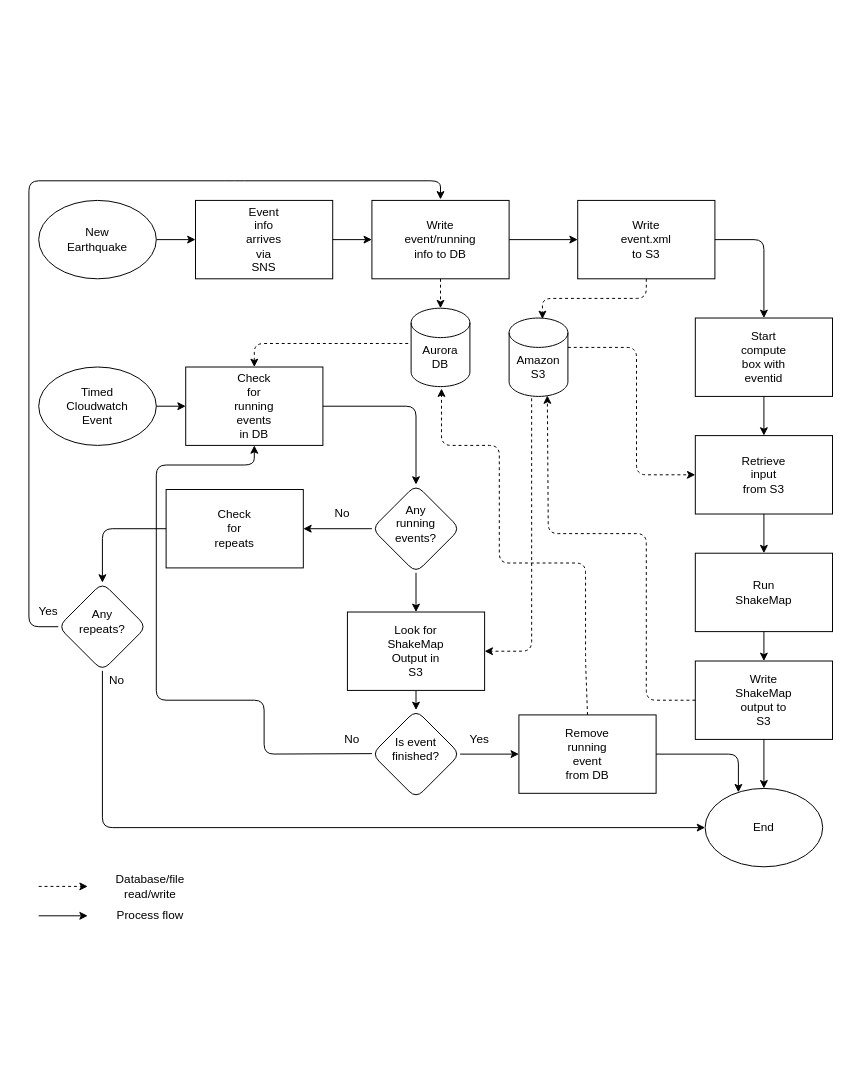
Before: Untitled Diagram.drawio in mhearne-usgs/shakemap_aws_queue, a draw.io diagram. Source tidied: cells renumbered, new cells numbered last; positions are measured from the earlier drawing's top-left corner, leaving out a move shared by most shapes. Both pictures are drawn from the tidied source at 98%, with x=0, y=0 at pixel (28, 180).
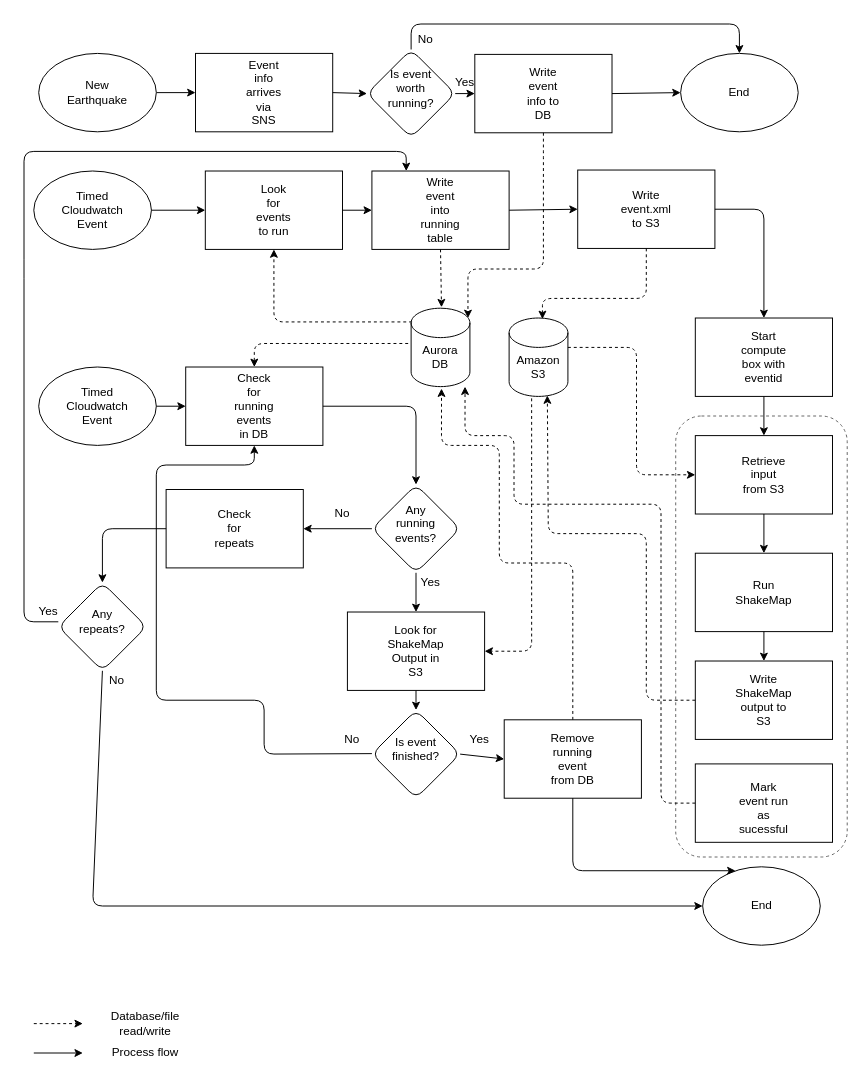
The same diagram, later.

The change refers to these unchanged cells:
```xml
<mxCell id="4" style="rounded=0;whiteSpace=wrap;html=1;" parent="3" vertex="1">
  <mxGeometry width="140" height="80" as="geometry" />
</mxCell>
<mxCell id="7" style="rounded=0;whiteSpace=wrap;html=1;" parent="6" vertex="1">
  <mxGeometry width="140" height="80" as="geometry" />
</mxCell>
<mxCell id="12" style="shape=cylinder2;whiteSpace=wrap;html=1;boundedLbl=1;backgroundOutline=1;size=15;" parent="11" vertex="1">
  <mxGeometry width="60" height="80" as="geometry" />
</mxCell>
<mxCell id="16" style="rounded=0;whiteSpace=wrap;html=1;" parent="15" vertex="1">
  <mxGeometry width="140" height="80" as="geometry" />
</mxCell>
<mxCell id="24" style="rounded=0;whiteSpace=wrap;html=1;" parent="23" vertex="1">
  <mxGeometry width="140" height="80" as="geometry" />
</mxCell>
<mxCell id="36" style="rounded=0;whiteSpace=wrap;html=1;" parent="35" vertex="1">
  <mxGeometry width="140" height="80" as="geometry" />
</mxCell>
<mxCell id="45" style="ellipse;whiteSpace=wrap;html=1;rounded=1;glass=1;" parent="44" vertex="1">
  <mxGeometry width="120" height="80" as="geometry" />
</mxCell>
<mxCell id="65" style="rhombus;whiteSpace=wrap;html=1;rounded=1;glass=1;" parent="64" vertex="1">
  <mxGeometry width="90" height="90" as="geometry" />
</mxCell>
<mxCell id="69" value="Yes" style="text;html=1;strokeColor=none;fillColor=none;align=center;verticalAlign=middle;whiteSpace=wrap;rounded=0;glass=1;" parent="1" vertex="1">
  <mxGeometry y="430" width="40" height="20" as="geometry" />
</mxCell>
<mxCell id="83" style="rounded=0;whiteSpace=wrap;html=1;" parent="82" vertex="1">
  <mxGeometry width="140" height="80" as="geometry" />
</mxCell>
```

Diff of the diagram source:
```diff
@@
+    <mxCell id="95" style="rounded=1;whiteSpace=wrap;html=1;strokeColor=#666666;fontColor=#333333;fillColor=none;dashed=1;" parent="1" vertex="1">
+      <mxGeometry x="660" y="240" width="175" height="450" as="geometry" />
+    </mxCell>
     <mxCell id="2" style="endArrow=classic;html=1;exitX=1;exitY=0.5;exitDx=0;exitDy=0;entryX=0;entryY=0.5;entryDx=0;entryDy=0;" parent="1" edge="1" target="4">
       <mxGeometry relative="1" as="geometry">
-        <mxPoint x="130" y="60" as="sourcePoint" />
+        <mxPoint x="130" y="-90" as="sourcePoint" />
       </mxGeometry>
     </mxCell>
     <mxCell id="3" style="group;" parent="1" vertex="1">
-      <mxGeometry x="170" y="20" width="140" height="80" as="geometry" />
+      <mxGeometry x="170" y="-130" width="140" height="80" as="geometry" />
     </mxCell>
@@
     <mxCell id="6" style="group;" parent="1" vertex="1">
-      <mxGeometry x="350" y="20" width="140" height="80" as="geometry" />
+      <mxGeometry x="455" y="-129" width="140" height="80" as="geometry" />
     </mxCell>
@@
-    <mxCell id="8" value="Write event/running info to DB" style="text;html=1;strokeColor=none;fillColor=none;align=center;verticalAlign=middle;whiteSpace=wrap;rounded=0;" parent="6" vertex="1">
+    <mxCell id="8" value="Write event info to DB" style="text;html=1;strokeColor=none;fillColor=none;align=center;verticalAlign=middle;whiteSpace=wrap;rounded=0;" parent="6" vertex="1">
       <mxGeometry x="50" y="30" width="40" height="20" as="geometry" />
     </mxCell>
-    <mxCell id="9" style="endArrow=classic;html=1;exitX=1;exitY=0.5;exitDx=0;exitDy=0;entryX=0;entryY=0.5;entryDx=0;entryDy=0;" parent="1" edge="1" source="4" target="7">
-      <mxGeometry relative="1" as="geometry" />
-    </mxCell>
-    <mxCell id="10" style="endArrow=classic;html=1;exitX=0.5;exitY=1;exitDx=0;exitDy=0;dashed=1;" parent="1" edge="1" source="7" target="12">
-      <mxGeometry relative="1" as="geometry" />
+    <mxCell id="10" style="endArrow=classic;html=1;exitX=0.5;exitY=1;exitDx=0;exitDy=0;dashed=1;entryX=0.967;entryY=0.125;entryDx=0;entryDy=0;entryPerimeter=0;" parent="1" edge="1" source="7" target="12">
+      <mxGeometry relative="1" as="geometry">
+        <Array as="points">
+          <mxPoint x="525" y="-30" />
+          <mxPoint x="525" y="90" />
+          <mxPoint x="448" y="90" />
+        </Array>
+      </mxGeometry>
     </mxCell>
@@
-    <mxCell id="14" style="endArrow=classic;html=1;exitX=1;exitY=0.5;exitDx=0;exitDy=0;entryX=0;entryY=0.5;entryDx=0;entryDy=0;" parent="1" edge="1" source="7" target="16">
+    <mxCell id="14" style="endArrow=classic;html=1;exitX=1;exitY=0.5;exitDx=0;exitDy=0;entryX=0;entryY=0.5;entryDx=0;entryDy=0;" parent="1" edge="1" source="7" target="100">
       <mxGeometry relative="1" as="geometry" />
     </mxCell>
     <mxCell id="15" style="group;" parent="1" vertex="1">
-      <mxGeometry x="560" y="20" width="140" height="80" as="geometry" />
+      <mxGeometry x="560" y="-11" width="140" height="80" as="geometry" />
     </mxCell>
@@
     <mxCell id="22" style="endArrow=classic;html=1;exitX=1;exitY=0.5;exitDx=0;exitDy=0;entryX=0.5;entryY=0;entryDx=0;entryDy=0;" parent="1" edge="1" source="16" target="24">
       <mxGeometry relative="1" as="geometry">
         <Array as="points">
-          <mxPoint x="750" y="60" />
+          <mxPoint x="750" y="29" />
         </Array>
       </mxGeometry>
     </mxCell>
@@
     <mxCell id="31" style="group;rounded=1;glass=1;" parent="1" vertex="1">
-      <mxGeometry x="680" y="260" width="140" height="80" as="geometry" />
+      <mxGeometry x="680" y="260" width="150" height="350" as="geometry" />
     </mxCell>
@@
-    <mxCell id="40" style="endArrow=classic;html=1;exitX=0.5;exitY=1;exitDx=0;exitDy=0;entryX=0.5;entryY=0;entryDx=0;entryDy=0;" parent="1" edge="1" source="36" target="45">
-      <mxGeometry relative="1" as="geometry" />
-    </mxCell>
     <mxCell id="41" style="group;" parent="1" vertex="1">
-      <mxGeometry x="10" y="20" width="120" height="80" as="geometry" />
+      <mxGeometry x="10" y="-130" width="120" height="80" as="geometry" />
     </mxCell>
@@
     <mxCell id="44" style="group;" parent="1" vertex="1">
-      <mxGeometry x="690" y="620" width="120" height="80" as="geometry" />
+      <mxGeometry x="687.5" y="700" width="120" height="80" as="geometry" />
     </mxCell>
@@
-    <mxCell id="68" style="endArrow=classic;html=1;exitX=0;exitY=0.5;exitDx=0;exitDy=0;" parent="1" edge="1" source="65">
-      <mxGeometry relative="1" as="geometry">
-        <mxPoint x="420" y="19" as="targetPoint" />
-        <Array as="points">
-          <mxPoint y="455" />
-          <mxPoint />
-          <mxPoint x="210" />
-          <mxPoint x="420" />
-        </Array>
-      </mxGeometry>
-    </mxCell>
@@
     <mxCell id="70" style="endArrow=classic;html=1;exitX=0.5;exitY=1;exitDx=0;exitDy=0;entryX=0;entryY=0.5;entryDx=0;entryDy=0;" parent="1" edge="1" source="65" target="45">
       <mxGeometry relative="1" as="geometry">
         <Array as="points">
-          <mxPoint x="75" y="660" />
+          <mxPoint x="65" y="740" />
         </Array>
       </mxGeometry>
     </mxCell>
@@
     <mxCell id="81" style="endArrow=classic;html=1;entryX=0.517;entryY=1.025;entryDx=0;entryDy=0;entryPerimeter=0;exitX=0.5;exitY=0;exitDx=0;exitDy=0;dashed=1;" parent="1" edge="1" source="83" target="12">
       <mxGeometry relative="1" as="geometry">
         <Array as="points">
-          <mxPoint x="568" y="490" />
-          <mxPoint x="568" y="390" />
+          <mxPoint x="555" y="390" />
           <mxPoint x="480" y="390" />
           <mxPoint x="480" y="270" />
           <mxPoint x="421" y="270" />
         </Array>
       </mxGeometry>
     </mxCell>
     <mxCell id="82" style="group;" parent="1" vertex="1">
-      <mxGeometry x="500" y="545" width="140" height="80" as="geometry" />
+      <mxGeometry x="485" y="550" width="140" height="80" as="geometry" />
     </mxCell>
@@
-    <mxCell id="89" style="endArrow=classic;html=1;exitX=1;exitY=0.5;exitDx=0;exitDy=0;entryX=0.283;entryY=0.05;entryDx=0;entryDy=0;entryPerimeter=0;" parent="1" edge="1" source="83" target="45">
+    <mxCell id="89" style="endArrow=classic;html=1;exitX=0.5;exitY=1;exitDx=0;exitDy=0;" parent="1" edge="1" source="83">
       <mxGeometry relative="1" as="geometry">
+        <mxPoint x="721" y="704" as="targetPoint" />
         <Array as="points">
-          <mxPoint x="724" y="585" />
+          <mxPoint x="555" y="704" />
         </Array>
       </mxGeometry>
     </mxCell>
     <mxCell id="90" style="group;" parent="1" vertex="1">
-      <mxGeometry x="10" y="710" width="169" height="50" as="geometry" />
+      <mxGeometry x="5" y="850" width="169" height="50" as="geometry" />
     </mxCell>
@@
+    <mxCell id="96" style="group;" parent="1" vertex="1">
+      <mxGeometry x="5" y="-10" width="120" height="80" as="geometry" />
+    </mxCell>
+    <mxCell id="97" style="ellipse;whiteSpace=wrap;html=1;rounded=1;glass=1;" parent="96" vertex="1">
+      <mxGeometry width="120" height="80" as="geometry" />
+    </mxCell>
+    <mxCell id="98" value="Timed Cloudwatch Event" style="text;html=1;strokeColor=none;fillColor=none;align=center;verticalAlign=middle;whiteSpace=wrap;rounded=0;glass=1;" parent="96" vertex="1">
+      <mxGeometry x="40" y="30" width="40" height="20" as="geometry" />
+    </mxCell>
+    <mxCell id="99" style="group;" parent="1" vertex="1">
+      <mxGeometry x="665" y="-130" width="120" height="80" as="geometry" />
+    </mxCell>
+    <mxCell id="100" style="ellipse;whiteSpace=wrap;html=1;rounded=1;glass=1;" parent="99" vertex="1">
+      <mxGeometry width="120" height="80" as="geometry" />
+    </mxCell>
+    <mxCell id="101" value="End" style="text;html=1;strokeColor=none;fillColor=none;align=center;verticalAlign=middle;whiteSpace=wrap;rounded=0;glass=1;" parent="99" vertex="1">
+      <mxGeometry x="40" y="30" width="40" height="20" as="geometry" />
+    </mxCell>
+    <mxCell id="102" style="endArrow=classic;html=1;exitX=1;exitY=0.5;exitDx=0;exitDy=0;entryX=0;entryY=0.5;entryDx=0;entryDy=0;" parent="1" edge="1" source="97" target="104">
+      <mxGeometry relative="1" as="geometry" />
+    </mxCell>
+    <mxCell id="103" style="group;" parent="1" vertex="1">
+      <mxGeometry x="180" y="-10" width="140" height="80" as="geometry" />
+    </mxCell>
+    <mxCell id="104" style="rounded=0;whiteSpace=wrap;html=1;" parent="103" vertex="1">
+      <mxGeometry width="140" height="80" as="geometry" />
+    </mxCell>
+    <mxCell id="105" value="Look for events to run" style="text;html=1;strokeColor=none;fillColor=none;align=center;verticalAlign=middle;whiteSpace=wrap;rounded=0;" parent="103" vertex="1">
+      <mxGeometry x="50" y="30" width="40" height="20" as="geometry" />
+    </mxCell>
+    <mxCell id="106" style="endArrow=classic;html=1;exitX=0.017;exitY=0.175;exitDx=0;exitDy=0;dashed=1;entryX=0.5;entryY=1;entryDx=0;entryDy=0;exitPerimeter=0;" parent="1" edge="1" source="12" target="104">
+      <mxGeometry relative="1" as="geometry">
+        <Array as="points">
+          <mxPoint x="250" y="144" />
+        </Array>
+      </mxGeometry>
+    </mxCell>
+    <mxCell id="107" style="group;" parent="1" vertex="1">
+      <mxGeometry x="350" y="-10" width="140" height="80" as="geometry" />
+    </mxCell>
+    <mxCell id="108" style="rounded=0;whiteSpace=wrap;html=1;" parent="107" vertex="1">
+      <mxGeometry width="140" height="80" as="geometry" />
+    </mxCell>
+    <mxCell id="109" value="Write event into running table" style="text;html=1;strokeColor=none;fillColor=none;align=center;verticalAlign=middle;whiteSpace=wrap;rounded=0;" parent="107" vertex="1">
+      <mxGeometry x="50" y="30" width="40" height="20" as="geometry" />
+    </mxCell>
+    <mxCell id="110" style="endArrow=classic;html=1;exitX=1;exitY=0.5;exitDx=0;exitDy=0;entryX=0;entryY=0.5;entryDx=0;entryDy=0;" parent="1" edge="1" source="104" target="108">
+      <mxGeometry relative="1" as="geometry" />
+    </mxCell>
+    <mxCell id="111" style="endArrow=classic;html=1;exitX=1;exitY=0.5;exitDx=0;exitDy=0;entryX=0;entryY=0.5;entryDx=0;entryDy=0;" parent="1" edge="1" source="108" target="16">
+      <mxGeometry relative="1" as="geometry" />
+    </mxCell>
+    <mxCell id="112" style="endArrow=classic;html=1;exitX=0.75;exitY=1;exitDx=0;exitDy=0;entryX=0.25;entryY=0;entryDx=0;entryDy=0;" parent="1" edge="1" source="69" target="108">
+      <mxGeometry relative="1" as="geometry">
+        <Array as="points">
+          <mxPoint x="-5" y="450" />
+          <mxPoint x="-5" y="90" />
+          <mxPoint x="-5" y="-30" />
+          <mxPoint x="385" y="-30" />
+        </Array>
+      </mxGeometry>
+    </mxCell>
+    <mxCell id="113" style="group;" parent="1" vertex="1">
+      <mxGeometry x="345" y="-134" width="90" height="90" as="geometry" />
+    </mxCell>
+    <mxCell id="114" style="rhombus;whiteSpace=wrap;html=1;rounded=1;glass=1;" parent="113" vertex="1">
+      <mxGeometry width="90" height="90" as="geometry" />
+    </mxCell>
+    <mxCell id="115" value="Is event worth running?" style="text;html=1;strokeColor=none;fillColor=none;align=center;verticalAlign=middle;whiteSpace=wrap;rounded=0;glass=1;" parent="113" vertex="1">
+      <mxGeometry x="25" y="30" width="40" height="20" as="geometry" />
+    </mxCell>
+    <mxCell id="116" style="endArrow=classic;html=1;exitX=1;exitY=0.5;exitDx=0;exitDy=0;entryX=0;entryY=0.5;entryDx=0;entryDy=0;" parent="1" edge="1" source="4" target="114">
+      <mxGeometry relative="1" as="geometry" />
+    </mxCell>
+    <mxCell id="117" style="endArrow=classic;html=1;exitX=1;exitY=0.5;exitDx=0;exitDy=0;entryX=0;entryY=0.5;entryDx=0;entryDy=0;" parent="1" edge="1" source="114" target="7">
+      <mxGeometry relative="1" as="geometry" />
+    </mxCell>
+    <mxCell id="118" value="Yes" style="text;html=1;strokeColor=none;fillColor=none;align=center;verticalAlign=middle;whiteSpace=wrap;rounded=0;glass=1;" parent="1" vertex="1">
+      <mxGeometry x="390" y="400" width="40" height="20" as="geometry" />
+    </mxCell>
+    <mxCell id="119" value="Yes" style="text;html=1;strokeColor=none;fillColor=none;align=center;verticalAlign=middle;whiteSpace=wrap;rounded=0;glass=1;" parent="1" vertex="1">
+      <mxGeometry x="425" y="-110" width="40" height="20" as="geometry" />
+    </mxCell>
+    <mxCell id="120" style="endArrow=classic;html=1;exitX=0.5;exitY=0;exitDx=0;exitDy=0;entryX=0.5;entryY=0;entryDx=0;entryDy=0;" parent="1" edge="1" source="114" target="100">
+      <mxGeometry relative="1" as="geometry">
+        <Array as="points">
+          <mxPoint x="390" y="-160" />
+          <mxPoint x="725" y="-160" />
+        </Array>
+      </mxGeometry>
+    </mxCell>
+    <mxCell id="121" value="No" style="text;html=1;strokeColor=none;fillColor=none;align=center;verticalAlign=middle;whiteSpace=wrap;rounded=0;glass=1;" parent="1" vertex="1">
+      <mxGeometry x="385" y="-154" width="40" height="20" as="geometry" />
+    </mxCell>
+    <mxCell id="122" style="endArrow=classic;html=1;exitX=0.5;exitY=1;exitDx=0;exitDy=0;entryX=0.517;entryY=-0.012;entryDx=0;entryDy=0;entryPerimeter=0;dashed=1;" parent="1" edge="1" source="108" target="12">
+      <mxGeometry relative="1" as="geometry" />
+    </mxCell>
+    <mxCell id="123" style="endArrow=classic;html=1;dashed=1;exitX=0;exitY=0.5;exitDx=0;exitDy=0;entryX=0.917;entryY=1;entryDx=0;entryDy=0;entryPerimeter=0;" parent="1" edge="1" source="126" target="12">
+      <mxGeometry relative="1" as="geometry">
+        <Array as="points">
+          <mxPoint x="645" y="635" />
+          <mxPoint x="645" y="330" />
+          <mxPoint x="495" y="330" />
+          <mxPoint x="495" y="260" />
+          <mxPoint x="445" y="260" />
+        </Array>
+      </mxGeometry>
+    </mxCell>
+    <mxCell id="124" style="group;rounded=1;glass=1;" parent="1" vertex="1">
+      <mxGeometry x="680" y="595" width="140" height="80" as="geometry" />
+    </mxCell>
+    <mxCell id="125" style="group;" parent="124" vertex="1">
+      <mxGeometry width="140" height="80" as="geometry" />
+    </mxCell>
+    <mxCell id="126" style="rounded=0;whiteSpace=wrap;html=1;" parent="125" vertex="1">
+      <mxGeometry width="140" height="80" as="geometry" />
+    </mxCell>
+    <mxCell id="127" value="Mark event run as sucessful" style="text;html=1;strokeColor=none;fillColor=none;align=center;verticalAlign=middle;whiteSpace=wrap;rounded=0;" parent="125" vertex="1">
+      <mxGeometry x="50" y="35" width="40" height="20" as="geometry" />
+    </mxCell>
```
